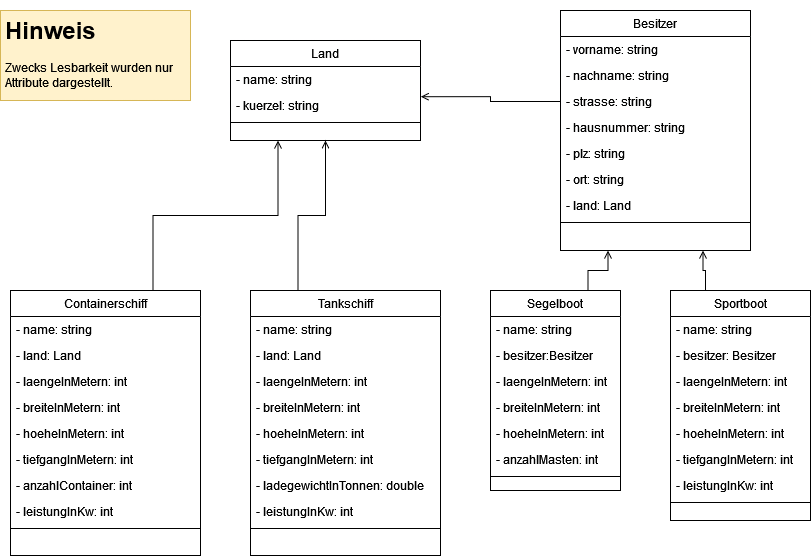
Above: UML-SchiffeUndBoote.drawio.png in gsoTH/iaf_SchiffeUndBoote (draw.io), before the change. Source tidied: cells renumbered, new cells last; positions are measured from the earlier drawing's top-left corner, leaving out a move shared by most shapes.
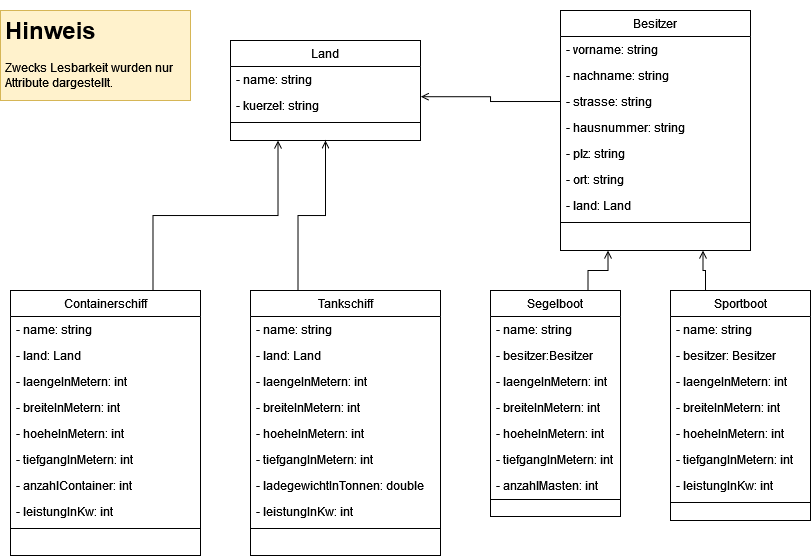
The same file after the commit.

Commit message:
Segelboot korrigiert

What changed in the source:
```diff
@@ -72,7 +72,7 @@
       <mxGeometry relative="1" as="geometry" />
     </mxCell>
     <mxCell id="25" value="Segelboot" style="swimlane;fontStyle=0;align=center;verticalAlign=top;horizontal=1;startSize=26;shadow=0;strokeWidth=1;" parent="1" vertex="1">
-      <mxGeometry x="490" y="280" width="130" height="200" as="geometry" />
+      <mxGeometry x="490" y="280" width="130" height="226" as="geometry" />
     </mxCell>
     <mxCell id="26" value="- name: string" style="text;align=left;verticalAlign=top;spacingLeft=4;spacingRight=4;overflow=hidden;" parent="25" vertex="1">
       <mxGeometry y="26" width="130" height="26" as="geometry" />
@@ -89,11 +89,14 @@
     <mxCell id="30" value="- hoeheInMetern: int" style="text;align=left;verticalAlign=top;spacingLeft=4;spacingRight=4;overflow=hidden;shadow=0;html=0;" parent="25" vertex="1">
       <mxGeometry y="130" width="130" height="26" as="geometry" />
     </mxCell>
+    <mxCell id="58" value="- tiefgangInMetern: int" style="text;align=left;verticalAlign=top;spacingLeft=4;spacingRight=4;overflow=hidden;shadow=0;html=0;" parent="25" vertex="1">
+      <mxGeometry y="156" width="130" height="26" as="geometry" />
+    </mxCell>
     <mxCell id="31" value="- anzahlMasten: int" style="text;align=left;verticalAlign=top;spacingLeft=4;spacingRight=4;overflow=hidden;shadow=0;html=0;" parent="25" vertex="1">
-      <mxGeometry y="156" width="130" height="26" as="geometry" />
+      <mxGeometry y="182" width="130" height="26" as="geometry" />
     </mxCell>
     <mxCell id="32" style="line;html=1;strokeWidth=1;align=left;verticalAlign=middle;spacingTop=-1;spacingLeft=3;spacingRight=3;labelPosition=right;" parent="25" vertex="1">
-      <mxGeometry y="182" width="130" height="8" as="geometry" />
+      <mxGeometry y="208" width="130" height="2" as="geometry" />
     </mxCell>
     <mxCell id="33" style="edgeStyle=orthogonalEdgeStyle;jettySize=auto;html=1;exitX=0.25;exitY=0;exitDx=0;exitDy=0;entryX=0.75;entryY=1;entryDx=0;entryDy=0;endArrow=open;endFill=0;rounded=0;" parent="1" edge="1" source="34" target="47">
       <mxGeometry relative="1" as="geometry" />
```
